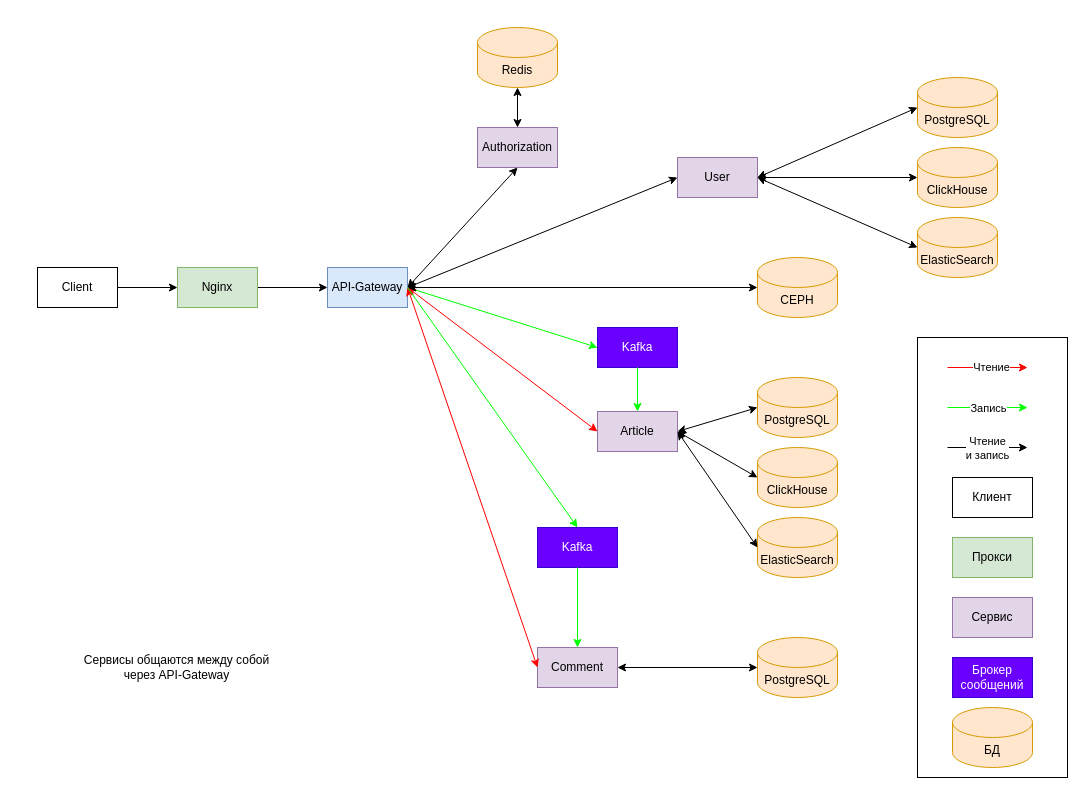
Earlier version of the draw.io diagram src/project_schema.drawio (DriverOnLips/wikipedia_highload). Source tidied: cells renumbered, new cells numbered last; positions are measured from the earlier drawing's top-left corner, leaving out a move shared by most shapes. Both pictures are drawn from the tidied source at 100%, with x=0, y=0 at pixel (37, 27).
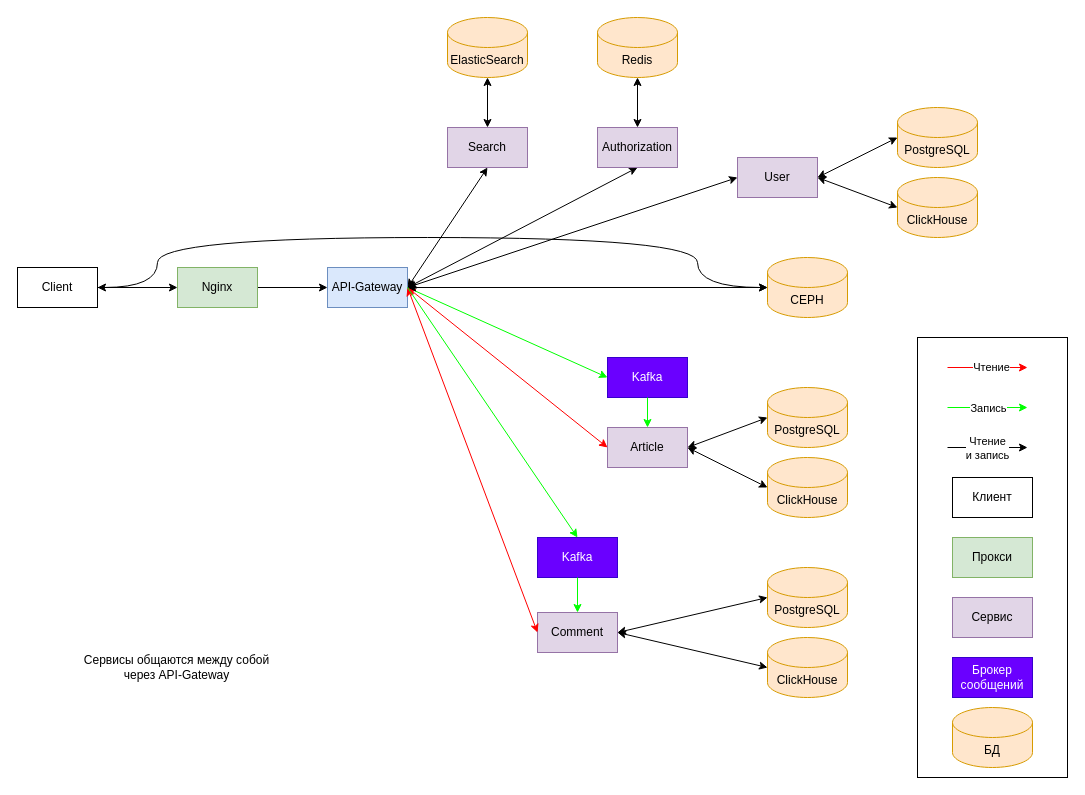
The same page after the edit.

Unchanged cells that the change refers to:
```xml
<mxCell id="10" value="API-Gateway" style="rounded=0;whiteSpace=wrap;html=1;fillColor=#dae8fc;strokeColor=#6c8ebf;" parent="1" vertex="1">
  <mxGeometry x="290" y="240" width="80" height="40" as="geometry" />
</mxCell>
```

Diff of the diagram source:
```diff
@@
     <mxCell id="4" value="Client" style="rounded=0;whiteSpace=wrap;html=1;" parent="1" vertex="1">
-      <mxGeometry y="240" width="80" height="40" as="geometry" />
+      <mxGeometry x="-20" y="240" width="80" height="40" as="geometry" />
     </mxCell>
@@
+    <mxCell id="53" style="rounded=0;jettySize=auto;html=1;exitX=1;exitY=0.5;exitDx=0;exitDy=0;entryX=0.5;entryY=1;entryDx=0;entryDy=0;startArrow=classic;startFill=1;" parent="1" edge="1" source="10" target="58">
+      <mxGeometry relative="1" as="geometry" />
+    </mxCell>
@@
     <mxCell id="11" value="Authorization" style="rounded=0;whiteSpace=wrap;html=1;fillColor=#e1d5e7;strokeColor=#9673a6;" parent="1" vertex="1">
-      <mxGeometry x="440" y="100" width="80" height="40" as="geometry" />
+      <mxGeometry x="560" y="100" width="80" height="40" as="geometry" />
     </mxCell>
     <mxCell id="12" value="Article" style="rounded=0;whiteSpace=wrap;html=1;fillColor=#e1d5e7;strokeColor=#9673a6;" parent="1" vertex="1">
-      <mxGeometry x="560" y="384" width="80" height="40" as="geometry" />
+      <mxGeometry x="570" y="400" width="80" height="40" as="geometry" />
     </mxCell>
     <mxCell id="13" value="Comment" style="rounded=0;whiteSpace=wrap;html=1;fillColor=#e1d5e7;strokeColor=#9673a6;" parent="1" vertex="1">
-      <mxGeometry x="500" y="620" width="80" height="40" as="geometry" />
+      <mxGeometry x="500" y="585" width="80" height="40" as="geometry" />
     </mxCell>
     <mxCell id="14" value="Redis" style="shape=cylinder3;whiteSpace=wrap;html=1;boundedLbl=1;backgroundOutline=1;size=15;fillColor=#ffe6cc;strokeColor=#d79b00;" parent="1" vertex="1">
-      <mxGeometry x="440" width="80" height="60" as="geometry" />
+      <mxGeometry x="560" y="-10" width="80" height="60" as="geometry" />
     </mxCell>
-    <mxCell id="15" style="edgeStyle=orthogonalEdgeStyle;rounded=0;jettySize=auto;html=1;exitX=0.5;exitY=0;exitDx=0;exitDy=0;entryX=0.5;entryY=1;entryDx=0;entryDy=0;entryPerimeter=0;startArrow=classic;startFill=1;" parent="1" edge="1" source="11" target="14">
+    <mxCell id="15" style="rounded=0;jettySize=auto;html=1;exitX=0.5;exitY=0;exitDx=0;exitDy=0;entryX=0.5;entryY=1;entryDx=0;entryDy=0;entryPerimeter=0;startArrow=classic;startFill=1;" parent="1" edge="1" source="11" target="14">
       <mxGeometry relative="1" as="geometry" />
     </mxCell>
     <mxCell id="16" value="User" style="rounded=0;whiteSpace=wrap;html=1;fillColor=#e1d5e7;strokeColor=#9673a6;" parent="1" vertex="1">
-      <mxGeometry x="640" y="130" width="80" height="40" as="geometry" />
+      <mxGeometry x="700" y="130" width="80" height="40" as="geometry" />
     </mxCell>
     <mxCell id="17" value="PostgreSQL" style="shape=cylinder3;whiteSpace=wrap;html=1;boundedLbl=1;backgroundOutline=1;size=15;fillColor=#ffe6cc;strokeColor=#d79b00;" parent="1" vertex="1">
-      <mxGeometry x="880" y="50" width="80" height="60" as="geometry" />
+      <mxGeometry x="860" y="80" width="80" height="60" as="geometry" />
     </mxCell>
     <mxCell id="18" value="ClickHouse" style="shape=cylinder3;whiteSpace=wrap;html=1;boundedLbl=1;backgroundOutline=1;size=15;fillColor=#ffe6cc;strokeColor=#d79b00;" parent="1" vertex="1">
-      <mxGeometry x="880" y="120" width="80" height="60" as="geometry" />
+      <mxGeometry x="860" y="150" width="80" height="60" as="geometry" />
     </mxCell>
-    <mxCell id="19" value="ElasticSearch" style="shape=cylinder3;whiteSpace=wrap;html=1;boundedLbl=1;backgroundOutline=1;size=15;fillColor=#ffe6cc;strokeColor=#d79b00;" parent="1" vertex="1">
-      <mxGeometry x="880" y="190" width="80" height="60" as="geometry" />
-    </mxCell>
@@
-    <mxCell id="22" style="rounded=0;jettySize=auto;html=1;exitX=1;exitY=0.5;exitDx=0;exitDy=0;entryX=0;entryY=0.5;entryDx=0;entryDy=0;entryPerimeter=0;startArrow=classic;startFill=1;" parent="1" edge="1" source="16" target="19">
-      <mxGeometry relative="1" as="geometry" />
-    </mxCell>
     <mxCell id="23" value="Kafka" style="rounded=0;whiteSpace=wrap;html=1;fillColor=#6a00ff;strokeColor=#3700CC;fontColor=#ffffff;" parent="1" vertex="1">
-      <mxGeometry x="560" y="300" width="80" height="40" as="geometry" />
+      <mxGeometry x="570" y="330" width="80" height="40" as="geometry" />
     </mxCell>
     <mxCell id="24" value="Kafka" style="rounded=0;whiteSpace=wrap;html=1;fillColor=#6a00ff;strokeColor=#3700CC;fontColor=#ffffff;" parent="1" vertex="1">
-      <mxGeometry x="500" y="500" width="80" height="40" as="geometry" />
+      <mxGeometry x="500" y="510" width="80" height="40" as="geometry" />
     </mxCell>
     <mxCell id="25" value="PostgreSQL" style="shape=cylinder3;whiteSpace=wrap;html=1;boundedLbl=1;backgroundOutline=1;size=15;fillColor=#ffe6cc;strokeColor=#d79b00;" parent="1" vertex="1">
-      <mxGeometry x="720" y="350" width="80" height="60" as="geometry" />
+      <mxGeometry x="730" y="360" width="80" height="60" as="geometry" />
     </mxCell>
     <mxCell id="26" value="ClickHouse" style="shape=cylinder3;whiteSpace=wrap;html=1;boundedLbl=1;backgroundOutline=1;size=15;fillColor=#ffe6cc;strokeColor=#d79b00;" parent="1" vertex="1">
-      <mxGeometry x="720" y="420" width="80" height="60" as="geometry" />
+      <mxGeometry x="730" y="430" width="80" height="60" as="geometry" />
     </mxCell>
-    <mxCell id="27" value="ElasticSearch" style="shape=cylinder3;whiteSpace=wrap;html=1;boundedLbl=1;backgroundOutline=1;size=15;fillColor=#ffe6cc;strokeColor=#d79b00;" parent="1" vertex="1">
-      <mxGeometry x="720" y="490" width="80" height="60" as="geometry" />
-    </mxCell>
     <mxCell id="28" value="PostgreSQL" style="shape=cylinder3;whiteSpace=wrap;html=1;boundedLbl=1;backgroundOutline=1;size=15;fillColor=#ffe6cc;strokeColor=#d79b00;" parent="1" vertex="1">
-      <mxGeometry x="720" y="610" width="80" height="60" as="geometry" />
+      <mxGeometry x="730" y="540" width="80" height="60" as="geometry" />
     </mxCell>
@@
     <mxCell id="30" value="CEPH" style="shape=cylinder3;whiteSpace=wrap;html=1;boundedLbl=1;backgroundOutline=1;size=15;fillColor=#ffe6cc;strokeColor=#d79b00;" parent="1" vertex="1">
-      <mxGeometry x="720" y="230" width="80" height="60" as="geometry" />
+      <mxGeometry x="730" y="230" width="80" height="60" as="geometry" />
     </mxCell>
@@
-    <mxCell id="34" style="rounded=0;jettySize=auto;html=1;exitX=1;exitY=0.5;exitDx=0;exitDy=0;entryX=0;entryY=0.5;entryDx=0;entryDy=0;entryPerimeter=0;startArrow=classic;startFill=1;" parent="1" edge="1" source="12" target="27">
-      <mxGeometry relative="1" as="geometry" />
-    </mxCell>
@@
+    <mxCell id="54" value="ClickHouse" style="shape=cylinder3;whiteSpace=wrap;html=1;boundedLbl=1;backgroundOutline=1;size=15;fillColor=#ffe6cc;strokeColor=#d79b00;" parent="1" vertex="1">
+      <mxGeometry x="730" y="610" width="80" height="60" as="geometry" />
+    </mxCell>
+    <mxCell id="55" style="rounded=0;jettySize=auto;html=1;exitX=1;exitY=0.5;exitDx=0;exitDy=0;entryX=0;entryY=0.5;entryDx=0;entryDy=0;entryPerimeter=0;startArrow=classic;startFill=1;" parent="1" edge="1" source="13" target="54">
+      <mxGeometry relative="1" as="geometry" />
+    </mxCell>
+    <mxCell id="56" style="edgeStyle=orthogonalEdgeStyle;rounded=0;jettySize=auto;html=1;exitX=1;exitY=0.5;exitDx=0;exitDy=0;entryX=0;entryY=0.5;entryDx=0;entryDy=0;entryPerimeter=0;curved=1;startArrow=classic;startFill=1;" parent="1" edge="1" source="4" target="30">
+      <mxGeometry relative="1" as="geometry">
+        <Array as="points">
+          <mxPoint x="120" y="260" />
+          <mxPoint x="120" y="210" />
+          <mxPoint x="660" y="210" />
+          <mxPoint x="660" y="260" />
+        </Array>
+      </mxGeometry>
+    </mxCell>
+    <mxCell id="57" value="ElasticSearch" style="shape=cylinder3;whiteSpace=wrap;html=1;boundedLbl=1;backgroundOutline=1;size=15;fillColor=#ffe6cc;strokeColor=#d79b00;" parent="1" vertex="1">
+      <mxGeometry x="410" y="-10" width="80" height="60" as="geometry" />
+    </mxCell>
+    <mxCell id="58" value="Search" style="rounded=0;whiteSpace=wrap;html=1;fillColor=#e1d5e7;strokeColor=#9673a6;" parent="1" vertex="1">
+      <mxGeometry x="410" y="100" width="80" height="40" as="geometry" />
+    </mxCell>
+    <mxCell id="59" style="rounded=0;jettySize=auto;html=1;exitX=0.5;exitY=0;exitDx=0;exitDy=0;entryX=0.5;entryY=1;entryDx=0;entryDy=0;entryPerimeter=0;startArrow=classic;startFill=1;" parent="1" edge="1" source="58" target="57">
+      <mxGeometry relative="1" as="geometry" />
+    </mxCell>
```
